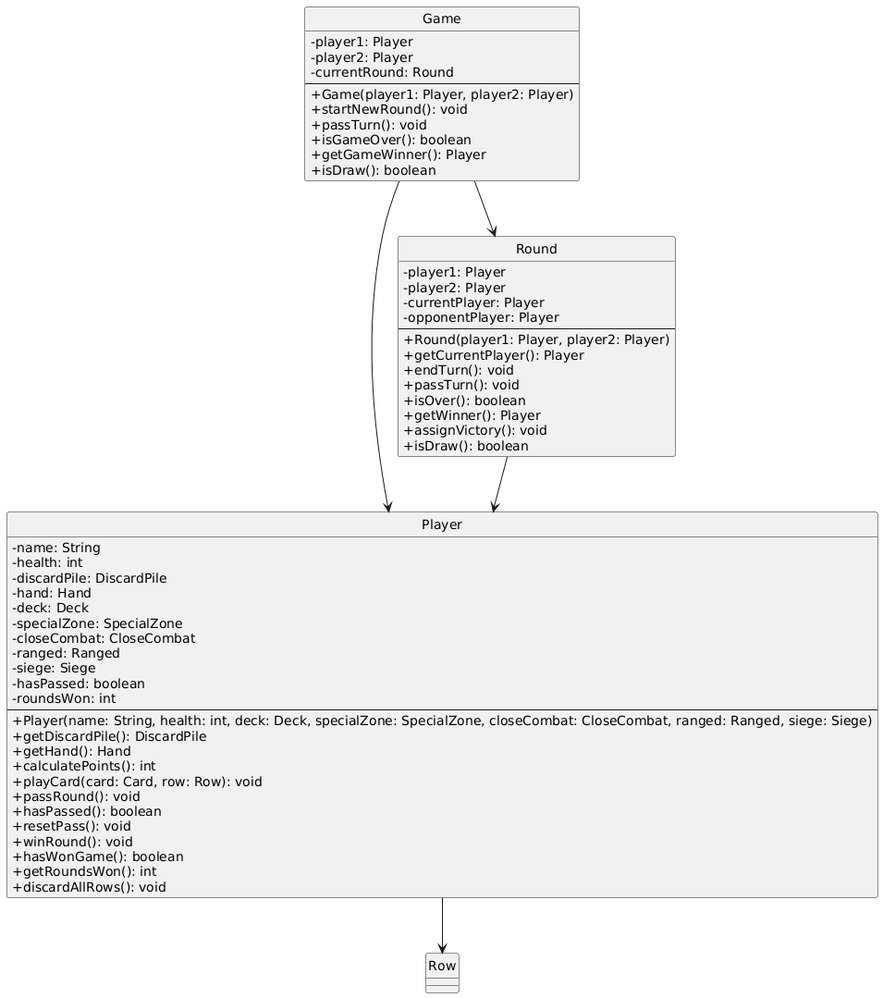
Earlier version of the PlantUML export diagrams/classes/game.png (Yonhir/algo3_proyecto_base_tp2). Its source is kept beside it as diagrams/classes/game.plantuml.
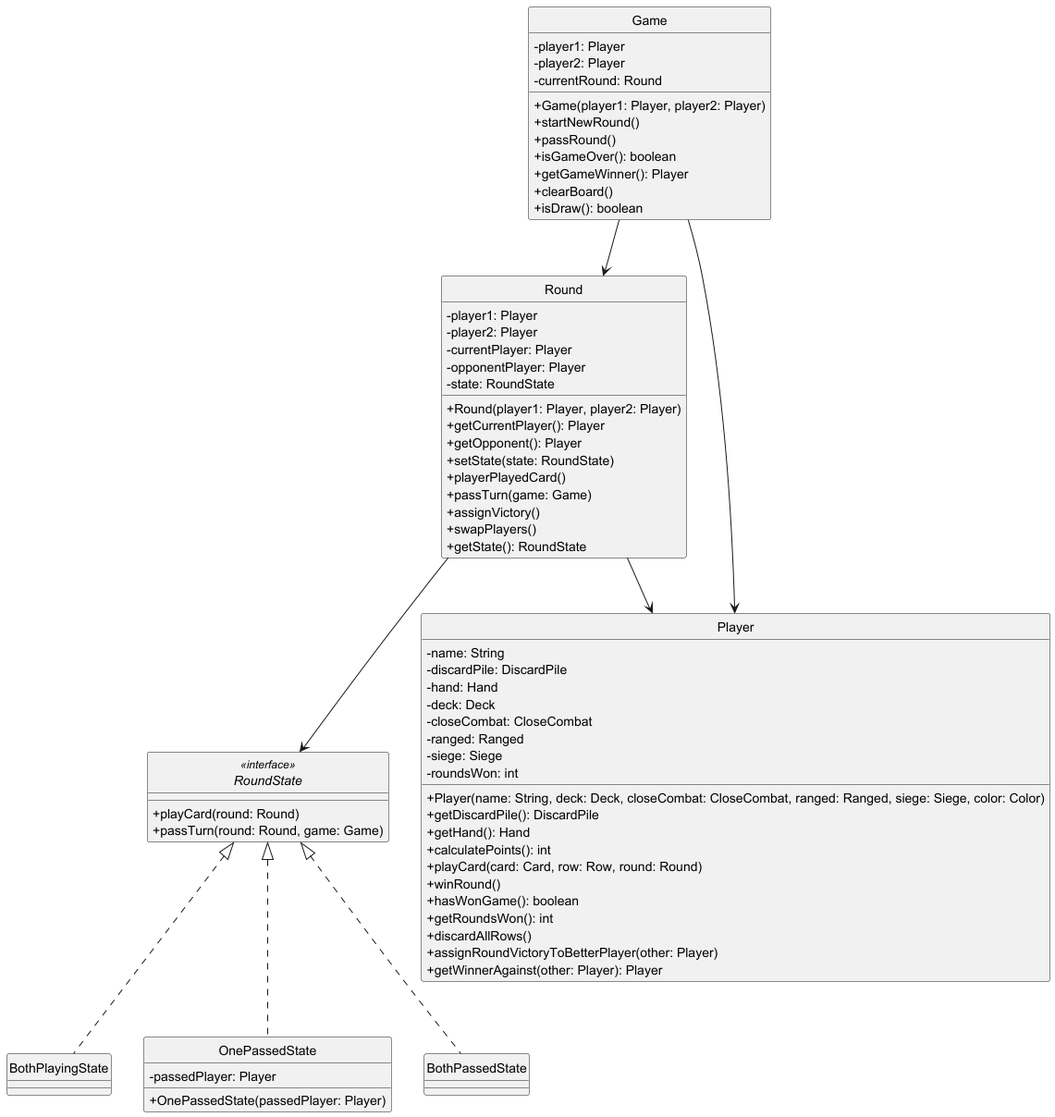
The same file after the commit.

Commit message:
Subo diagrama de clases de la parte de Game

Change to the diagram source:
```diff
@@ -4,66 +4,81 @@
 hide circle
 skinparam classAttributeIconSize 0
 
-    class Game {
-        - player1: Player
-        - player2: Player
-        - currentRound: Round
-        --
-        + Game(player1: Player, player2: Player)
-        + startNewRound(): void
-        + passTurn(): void
-        + isGameOver(): boolean
-        + getGameWinner(): Player
-        + isDraw(): boolean
-    }
+interface RoundState <<interface>> {
+    +playCard(round: Round)
+    +passTurn(round: Round, game: Game)
+}
 
-    class Player {
-        - name: String
-        - health: int
-        - discardPile: DiscardPile
-        - hand: Hand
-        - deck: Deck
-        - specialZone: SpecialZone
-        - closeCombat: CloseCombat
-        - ranged: Ranged
-        - siege: Siege
-        - hasPassed: boolean
-        - roundsWon: int
-        --
-        + Player(name: String, health: int, deck: Deck, specialZone: SpecialZone, closeCombat: CloseCombat, ranged: Ranged, siege: Siege)
-        + getDiscardPile(): DiscardPile
-        + getHand(): Hand
-        + calculatePoints(): int
-        + playCard(card: Card, row: Row): void
-        + passRound(): void
-        + hasPassed(): boolean
-        + resetPass(): void
-        + winRound(): void
-        + hasWonGame(): boolean
-        + getRoundsWon(): int
-        + discardAllRows(): void
-    }
 
-    class Round {
-        - player1: Player
-        - player2: Player
-        - currentPlayer: Player
-        - opponentPlayer: Player
-        --
-        + Round(player1: Player, player2: Player)
-        + getCurrentPlayer(): Player
-        + endTurn(): void
-        + passTurn(): void
-        + isOver(): boolean
-        + getWinner(): Player
-        + assignVictory(): void
-        + isDraw(): boolean
-    }
+class Game {
+    -player1: Player
+    -player2: Player
+    -currentRound: Round
+    +Game(player1: Player, player2: Player)
+    +startNewRound()
+    +passRound()
+    +isGameOver(): boolean
+    +getGameWinner(): Player
+    +clearBoard()
+    +isDraw(): boolean
+}
 
-    Game --> Player
-    Game --> Round
-    Round --> Player
-    Player --> Row
+class Round {
+    -player1: Player
+    -player2: Player
+    -currentPlayer: Player
+    -opponentPlayer: Player
+    -state: RoundState
+    +Round(player1: Player, player2: Player)
+    +getCurrentPlayer(): Player
+    +getOpponent(): Player
+    +setState(state: RoundState)
+    +playerPlayedCard()
+    +passTurn(game: Game)
+    +assignVictory()
+    +swapPlayers()
+    +getState(): RoundState
+}
 
+class Player {
+    -name: String
+    -discardPile: DiscardPile
+    -hand: Hand
+    -deck: Deck
+    -closeCombat: CloseCombat
+    -ranged: Ranged
+    -siege: Siege
+    -roundsWon: int
+    +Player(name: String, deck: Deck, closeCombat: CloseCombat, ranged: Ranged, siege: Siege, color: Color)
+    +getDiscardPile(): DiscardPile
+    +getHand(): Hand
+    +calculatePoints(): int
+    +playCard(card: Card, row: Row, round: Round)
+    +winRound()
+    +hasWonGame(): boolean
+    +getRoundsWon(): int
+    +discardAllRows()
+    +assignRoundVictoryToBetterPlayer(other: Player)
+    +getWinnerAgainst(other: Player): Player
 }
+
+class BothPlayingState {
+}
+
+class OnePassedState {
+    -passedPlayer: Player
+    +OnePassedState(passedPlayer: Player)
+}
+
+class BothPassedState {
+}
+
+Game --> Round
+Game --> Player
+Round --> Player
+Round --> RoundState
+RoundState <|.. BothPlayingState
+RoundState <|.. OnePassedState
+RoundState <|.. BothPassedState
+
 @enduml
```
